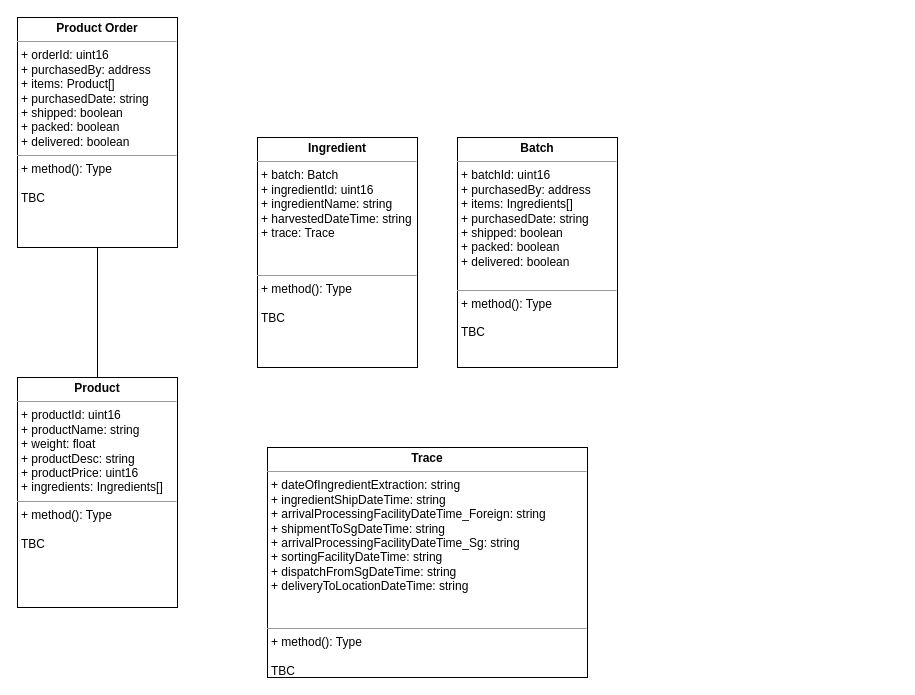
Earlier version of the draw.io diagram page "Class Diagram" (2 of 3) of supply-chain-process-flow.drawio (PohKaiBoon/back-end). Source tidied: cells renumbered, new cells numbered last; positions are measured from the earlier drawing's top-left corner, leaving out a move shared by most shapes. Both pictures are drawn from the tidied source at 100%, with x=0, y=0 at pixel (17, 17).
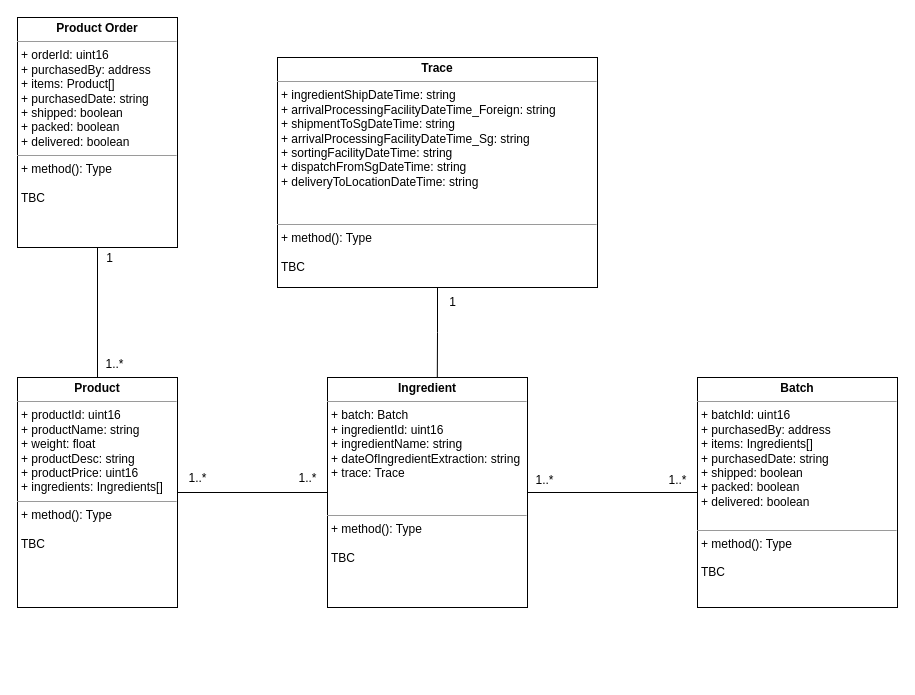
After the change.

Commit message:
Data diagram

Diff of the diagram source:
```diff
@@
 <mxGraphModel>
   <root>
     <mxCell id="0" />
     <mxCell id="1" parent="0" />
+    <mxCell id="8" style="edgeStyle=orthogonalEdgeStyle;rounded=0;jettySize=auto;html=1;exitX=1;exitY=0.5;exitDx=0;exitDy=0;entryX=0;entryY=0.5;entryDx=0;entryDy=0;strokeColor=default;endArrow=none;endFill=0;" parent="1" edge="1" source="2" target="4">
+      <mxGeometry relative="1" as="geometry" />
+    </mxCell>
     <mxCell id="2" value="&lt;p style=&quot;margin:0px;margin-top:4px;text-align:center;&quot;&gt;&lt;b&gt;Product&lt;/b&gt;&lt;/p&gt;&lt;hr size=&quot;1&quot;&gt;&lt;p style=&quot;margin:0px;margin-left:4px;&quot;&gt;+ productId: uint16&lt;/p&gt;&lt;p style=&quot;border-color: var(--border-color); margin: 0px 0px 0px 4px;&quot;&gt;+ productName: string&lt;/p&gt;&lt;p style=&quot;border-color: var(--border-color); margin: 0px 0px 0px 4px;&quot;&gt;+ weight: float&lt;br&gt;&lt;/p&gt;&lt;p style=&quot;border-color: var(--border-color); margin: 0px 0px 0px 4px;&quot;&gt;+ productDesc: string&lt;/p&gt;&lt;p style=&quot;border-color: var(--border-color); margin: 0px 0px 0px 4px;&quot;&gt;+ productPrice: uint16&lt;br&gt;+ ingredients: Ingredients[]&lt;/p&gt;&lt;hr size=&quot;1&quot;&gt;&lt;p style=&quot;margin:0px;margin-left:4px;&quot;&gt;+ method(): Type&lt;/p&gt;&lt;p style=&quot;margin:0px;margin-left:4px;&quot;&gt;&lt;br&gt;&lt;/p&gt;&lt;p style=&quot;margin:0px;margin-left:4px;&quot;&gt;TBC&lt;/p&gt;" style="verticalAlign=top;align=left;overflow=fill;html=1;whiteSpace=wrap;" parent="1" vertex="1">
       <mxGeometry y="360" width="160" height="230" as="geometry" />
     </mxCell>
     <mxCell id="3" value="&lt;p style=&quot;margin:0px;margin-top:4px;text-align:center;&quot;&gt;&lt;b&gt;Product Order&lt;/b&gt;&lt;/p&gt;&lt;hr size=&quot;1&quot;&gt;&lt;p style=&quot;margin:0px;margin-left:4px;&quot;&gt;+ orderId: uint16&lt;/p&gt;&lt;p style=&quot;border-color: var(--border-color); margin: 0px 0px 0px 4px;&quot;&gt;+ purchasedBy: address&lt;/p&gt;&lt;p style=&quot;border-color: var(--border-color); margin: 0px 0px 0px 4px;&quot;&gt;+ items: Product[]&lt;br&gt;&lt;/p&gt;&lt;p style=&quot;border-color: var(--border-color); margin: 0px 0px 0px 4px;&quot;&gt;+ purchasedDate: string&lt;br&gt;&lt;/p&gt;&lt;p style=&quot;border-color: var(--border-color); margin: 0px 0px 0px 4px;&quot;&gt;+ shipped: boolean&lt;br&gt;&lt;/p&gt;&lt;p style=&quot;border-color: var(--border-color); margin: 0px 0px 0px 4px;&quot;&gt;+ packed: boolean&lt;br&gt;&lt;/p&gt;&lt;p style=&quot;border-color: var(--border-color); margin: 0px 0px 0px 4px;&quot;&gt;+ delivered: boolean&lt;br&gt;&lt;/p&gt;&lt;hr size=&quot;1&quot;&gt;&lt;p style=&quot;margin:0px;margin-left:4px;&quot;&gt;+ method(): Type&lt;/p&gt;&lt;p style=&quot;margin:0px;margin-left:4px;&quot;&gt;&lt;br&gt;&lt;/p&gt;&lt;p style=&quot;margin:0px;margin-left:4px;&quot;&gt;TBC&lt;/p&gt;" style="verticalAlign=top;align=left;overflow=fill;html=1;whiteSpace=wrap;" parent="1" vertex="1">
       <mxGeometry width="160" height="230" as="geometry" />
     </mxCell>
+    <mxCell id="9" style="edgeStyle=orthogonalEdgeStyle;rounded=0;jettySize=auto;html=1;exitX=1;exitY=0.5;exitDx=0;exitDy=0;entryX=0;entryY=0.5;entryDx=0;entryDy=0;endArrow=none;endFill=0;" parent="1" edge="1" source="4" target="5">
+      <mxGeometry relative="1" as="geometry" />
+    </mxCell>
-    <mxCell id="4" value="&lt;p style=&quot;margin:0px;margin-top:4px;text-align:center;&quot;&gt;&lt;b&gt;Ingredient&lt;/b&gt;&lt;/p&gt;&lt;hr size=&quot;1&quot;&gt;&lt;p style=&quot;margin:0px;margin-left:4px;&quot;&gt;+ batch: Batch&lt;/p&gt;&lt;p style=&quot;border-color: var(--border-color); margin: 0px 0px 0px 4px;&quot;&gt;+ ingredientId: uint16&lt;/p&gt;&lt;p style=&quot;border-color: var(--border-color); margin: 0px 0px 0px 4px;&quot;&gt;+ ingredientName: string&lt;br&gt;&lt;/p&gt;&lt;p style=&quot;border-color: var(--border-color); margin: 0px 0px 0px 4px;&quot;&gt;+ harvestedDateTime: string&lt;/p&gt;&lt;p style=&quot;border-color: var(--border-color); margin: 0px 0px 0px 4px;&quot;&gt;+ trace: Trace&lt;/p&gt;&lt;p style=&quot;border-color: var(--border-color); margin: 0px 0px 0px 4px;&quot;&gt;&lt;br style=&quot;border-color: var(--border-color);&quot;&gt;&lt;/p&gt;&lt;p style=&quot;border-color: var(--border-color); margin: 0px 0px 0px 4px;&quot;&gt;&lt;br&gt;&lt;/p&gt;&lt;hr size=&quot;1&quot;&gt;&lt;p style=&quot;margin:0px;margin-left:4px;&quot;&gt;+ method(): Type&lt;/p&gt;&lt;p style=&quot;margin:0px;margin-left:4px;&quot;&gt;&lt;br&gt;&lt;/p&gt;&lt;p style=&quot;margin:0px;margin-left:4px;&quot;&gt;TBC&lt;/p&gt;" style="verticalAlign=top;align=left;overflow=fill;html=1;whiteSpace=wrap;" parent="1" vertex="1">
-      <mxGeometry x="240" y="120" width="160" height="230" as="geometry" />
+    <mxCell id="4" value="&lt;p style=&quot;margin:0px;margin-top:4px;text-align:center;&quot;&gt;&lt;b&gt;Ingredient&lt;/b&gt;&lt;/p&gt;&lt;hr size=&quot;1&quot;&gt;&lt;p style=&quot;margin:0px;margin-left:4px;&quot;&gt;+ batch: Batch&lt;/p&gt;&lt;p style=&quot;border-color: var(--border-color); margin: 0px 0px 0px 4px;&quot;&gt;+ ingredientId: uint16&lt;/p&gt;&lt;p style=&quot;border-color: var(--border-color); margin: 0px 0px 0px 4px;&quot;&gt;+ ingredientName: string&lt;br&gt;&lt;/p&gt;&lt;p style=&quot;border-color: var(--border-color); margin: 0px 0px 0px 4px;&quot;&gt;+ dateOfIngredientExtraction: string&lt;/p&gt;&lt;p style=&quot;border-color: var(--border-color); margin: 0px 0px 0px 4px;&quot;&gt;+ trace: Trace&lt;/p&gt;&lt;p style=&quot;border-color: var(--border-color); margin: 0px 0px 0px 4px;&quot;&gt;&lt;br style=&quot;border-color: var(--border-color);&quot;&gt;&lt;/p&gt;&lt;p style=&quot;border-color: var(--border-color); margin: 0px 0px 0px 4px;&quot;&gt;&lt;br&gt;&lt;/p&gt;&lt;hr size=&quot;1&quot;&gt;&lt;p style=&quot;margin:0px;margin-left:4px;&quot;&gt;+ method(): Type&lt;/p&gt;&lt;p style=&quot;margin:0px;margin-left:4px;&quot;&gt;&lt;br&gt;&lt;/p&gt;&lt;p style=&quot;margin:0px;margin-left:4px;&quot;&gt;TBC&lt;/p&gt;" style="verticalAlign=top;align=left;overflow=fill;html=1;whiteSpace=wrap;" parent="1" vertex="1">
+      <mxGeometry x="310" y="360" width="200" height="230" as="geometry" />
     </mxCell>
     <mxCell id="5" value="&lt;p style=&quot;margin:0px;margin-top:4px;text-align:center;&quot;&gt;&lt;b&gt;Batch&lt;/b&gt;&lt;/p&gt;&lt;hr size=&quot;1&quot;&gt;&lt;p style=&quot;border-color: var(--border-color); margin: 0px 0px 0px 4px;&quot;&gt;+ batchId: uint16&lt;/p&gt;&lt;p style=&quot;border-color: var(--border-color); margin: 0px 0px 0px 4px;&quot;&gt;+ purchasedBy: address&lt;/p&gt;&lt;p style=&quot;border-color: var(--border-color); margin: 0px 0px 0px 4px;&quot;&gt;+ items: Ingredients[]&lt;br style=&quot;border-color: var(--border-color);&quot;&gt;&lt;/p&gt;&lt;p style=&quot;border-color: var(--border-color); margin: 0px 0px 0px 4px;&quot;&gt;+ purchasedDate: string&lt;br style=&quot;border-color: var(--border-color);&quot;&gt;&lt;/p&gt;&lt;p style=&quot;border-color: var(--border-color); margin: 0px 0px 0px 4px;&quot;&gt;+ shipped: boolean&lt;br style=&quot;border-color: var(--border-color);&quot;&gt;&lt;/p&gt;&lt;p style=&quot;border-color: var(--border-color); margin: 0px 0px 0px 4px;&quot;&gt;+ packed: boolean&lt;br style=&quot;border-color: var(--border-color);&quot;&gt;&lt;/p&gt;&lt;p style=&quot;border-color: var(--border-color); margin: 0px 0px 0px 4px;&quot;&gt;+ delivered: boolean&lt;/p&gt;&lt;p style=&quot;border-color: var(--border-color); margin: 0px 0px 0px 4px;&quot;&gt;&lt;br&gt;&lt;/p&gt;&lt;hr size=&quot;1&quot;&gt;&lt;p style=&quot;margin:0px;margin-left:4px;&quot;&gt;+ method(): Type&lt;/p&gt;&lt;p style=&quot;margin:0px;margin-left:4px;&quot;&gt;&lt;br&gt;&lt;/p&gt;&lt;p style=&quot;margin:0px;margin-left:4px;&quot;&gt;TBC&lt;/p&gt;" style="verticalAlign=top;align=left;overflow=fill;html=1;whiteSpace=wrap;" parent="1" vertex="1">
-      <mxGeometry x="440" y="120" width="160" height="230" as="geometry" />
+      <mxGeometry x="680" y="360" width="200" height="230" as="geometry" />
     </mxCell>
     <mxCell id="6" style="endArrow=none;html=1;rounded=0;entryX=0.5;entryY=1;entryDx=0;entryDy=0;exitX=0.5;exitY=0;exitDx=0;exitDy=0;" parent="1" edge="1" source="2" target="3">
       <mxGeometry relative="1" as="geometry" />
     </mxCell>
-    <mxCell id="7" value="&lt;p style=&quot;margin:0px;margin-top:4px;text-align:center;&quot;&gt;&lt;b&gt;Trace&lt;/b&gt;&lt;/p&gt;&lt;hr size=&quot;1&quot;&gt;&lt;p style=&quot;margin:0px;margin-left:4px;&quot;&gt;+ dateOfIngredientExtraction: string&lt;/p&gt;&lt;p style=&quot;border-color: var(--border-color); margin: 0px 0px 0px 4px;&quot;&gt;+ ingredientShipDateTime: string&lt;/p&gt;&lt;p style=&quot;border-color: var(--border-color); margin: 0px 0px 0px 4px;&quot;&gt;+ arrivalProcessingFacilityDateTime_Foreign: string&lt;/p&gt;&lt;p style=&quot;border-color: var(--border-color); margin: 0px 0px 0px 4px;&quot;&gt;+ shipmentToSgDateTime: string&lt;/p&gt;&lt;p style=&quot;border-color: var(--border-color); margin: 0px 0px 0px 4px;&quot;&gt;+ arrivalProcessingFacilityDateTime_Sg: string&lt;/p&gt;&lt;p style=&quot;border-color: var(--border-color); margin: 0px 0px 0px 4px;&quot;&gt;+ sortingFacilityDateTime: string&lt;br&gt;+ dispatchFromSgDateTime: string&lt;/p&gt;&lt;p style=&quot;border-color: var(--border-color); margin: 0px 0px 0px 4px;&quot;&gt;+ deliveryToLocationDateTime: string&lt;/p&gt;&lt;p style=&quot;border-color: var(--border-color); margin: 0px 0px 0px 4px;&quot;&gt;&lt;br&gt;&lt;/p&gt;&lt;p style=&quot;border-color: var(--border-color); margin: 0px 0px 0px 4px;&quot;&gt;&lt;br&gt;&lt;/p&gt;&lt;hr size=&quot;1&quot;&gt;&lt;p style=&quot;margin:0px;margin-left:4px;&quot;&gt;+ method(): Type&lt;/p&gt;&lt;p style=&quot;margin:0px;margin-left:4px;&quot;&gt;&lt;br&gt;&lt;/p&gt;&lt;p style=&quot;margin:0px;margin-left:4px;&quot;&gt;TBC&lt;/p&gt;" style="verticalAlign=top;align=left;overflow=fill;html=1;whiteSpace=wrap;" parent="1" vertex="1">
-      <mxGeometry x="250" y="430" width="320" height="230" as="geometry" />
+    <mxCell id="7" value="&lt;p style=&quot;margin:0px;margin-top:4px;text-align:center;&quot;&gt;&lt;b&gt;Trace&lt;/b&gt;&lt;/p&gt;&lt;hr size=&quot;1&quot;&gt;&lt;p style=&quot;margin:0px;margin-left:4px;&quot;&gt;&lt;span style=&quot;background-color: initial;&quot;&gt;+ ingredientShipDateTime: string&lt;/span&gt;&lt;br&gt;&lt;/p&gt;&lt;p style=&quot;border-color: var(--border-color); margin: 0px 0px 0px 4px;&quot;&gt;+ arrivalProcessingFacilityDateTime_Foreign: string&lt;/p&gt;&lt;p style=&quot;border-color: var(--border-color); margin: 0px 0px 0px 4px;&quot;&gt;+ shipmentToSgDateTime: string&lt;/p&gt;&lt;p style=&quot;border-color: var(--border-color); margin: 0px 0px 0px 4px;&quot;&gt;+ arrivalProcessingFacilityDateTime_Sg: string&lt;/p&gt;&lt;p style=&quot;border-color: var(--border-color); margin: 0px 0px 0px 4px;&quot;&gt;+ sortingFacilityDateTime: string&lt;br&gt;+ dispatchFromSgDateTime: string&lt;/p&gt;&lt;p style=&quot;border-color: var(--border-color); margin: 0px 0px 0px 4px;&quot;&gt;+ deliveryToLocationDateTime: string&lt;/p&gt;&lt;p style=&quot;border-color: var(--border-color); margin: 0px 0px 0px 4px;&quot;&gt;&lt;br&gt;&lt;/p&gt;&lt;p style=&quot;border-color: var(--border-color); margin: 0px 0px 0px 4px;&quot;&gt;&lt;br&gt;&lt;/p&gt;&lt;hr size=&quot;1&quot;&gt;&lt;p style=&quot;margin:0px;margin-left:4px;&quot;&gt;+ method(): Type&lt;/p&gt;&lt;p style=&quot;margin:0px;margin-left:4px;&quot;&gt;&lt;br&gt;&lt;/p&gt;&lt;p style=&quot;margin:0px;margin-left:4px;&quot;&gt;TBC&lt;/p&gt;" style="verticalAlign=top;align=left;overflow=fill;html=1;whiteSpace=wrap;" parent="1" vertex="1">
+      <mxGeometry x="260" y="40" width="320" height="230" as="geometry" />
     </mxCell>
+    <mxCell id="10" value="1" style="text;html=1;align=center;verticalAlign=middle;strokeColor=none;fillColor=none;" parent="1" vertex="1">
+      <mxGeometry x="77" y="226" width="30" height="30" as="geometry" />
+    </mxCell>
+    <mxCell id="11" value="1..*" style="text;html=1;align=center;verticalAlign=middle;strokeColor=none;fillColor=none;" parent="1" vertex="1">
+      <mxGeometry x="270" y="446" width="40" height="30" as="geometry" />
+    </mxCell>
+    <mxCell id="12" value="1..*" style="text;html=1;align=center;verticalAlign=middle;strokeColor=none;fillColor=none;" parent="1" vertex="1">
+      <mxGeometry x="160" y="446" width="40" height="30" as="geometry" />
+    </mxCell>
+    <mxCell id="13" value="1..*" style="text;html=1;align=center;verticalAlign=middle;strokeColor=none;fillColor=none;" parent="1" vertex="1">
+      <mxGeometry x="77" y="332" width="40" height="30" as="geometry" />
+    </mxCell>
+    <mxCell id="14" style="edgeStyle=orthogonalEdgeStyle;rounded=0;jettySize=auto;html=1;entryX=0.549;entryY=0;entryDx=0;entryDy=0;entryPerimeter=0;endArrow=none;endFill=0;" parent="1" edge="1" source="7" target="4">
+      <mxGeometry relative="1" as="geometry" />
+    </mxCell>
+    <mxCell id="15" value="1" style="text;html=1;align=center;verticalAlign=middle;strokeColor=none;fillColor=none;" parent="1" vertex="1">
+      <mxGeometry x="420" y="270" width="30" height="30" as="geometry" />
+    </mxCell>
+    <mxCell id="16" value="1..*" style="text;html=1;align=center;verticalAlign=middle;strokeColor=none;fillColor=none;" parent="1" vertex="1">
+      <mxGeometry x="507" y="448" width="40" height="30" as="geometry" />
+    </mxCell>
+    <mxCell id="17" value="1..*" style="text;html=1;align=center;verticalAlign=middle;strokeColor=none;fillColor=none;" parent="1" vertex="1">
+      <mxGeometry x="640" y="448" width="40" height="30" as="geometry" />
+    </mxCell>
   </root>
 </mxGraphModel>
```
